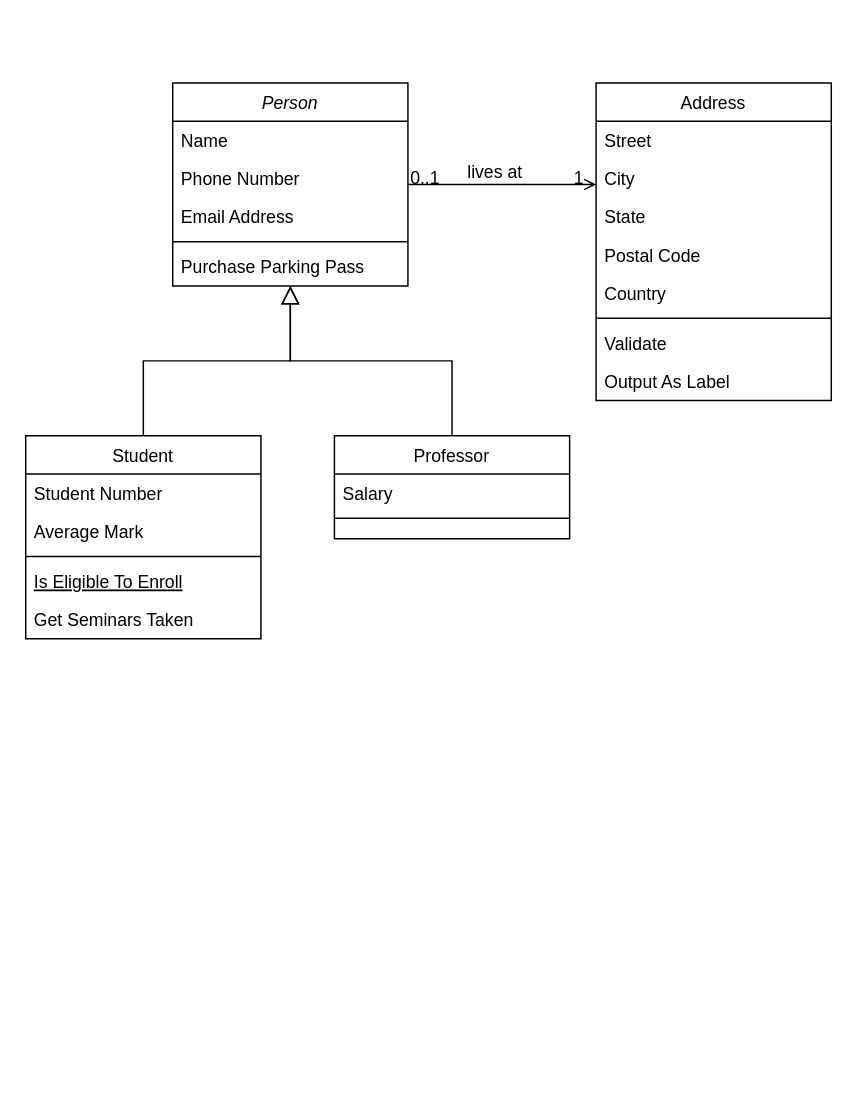
Anjanips/tepa.perpusdigital keeps this draw.io diagram as classdiagram-perpus-digital.drawio. Above is the earlier version. Source tidied: cells renumbered, new cells numbered last; positions are measured from the earlier drawing's top-left corner, leaving out a move shared by most shapes. Both pictures are drawn from the tidied source at 147%, with x=0, y=0 at pixel (25, 82).
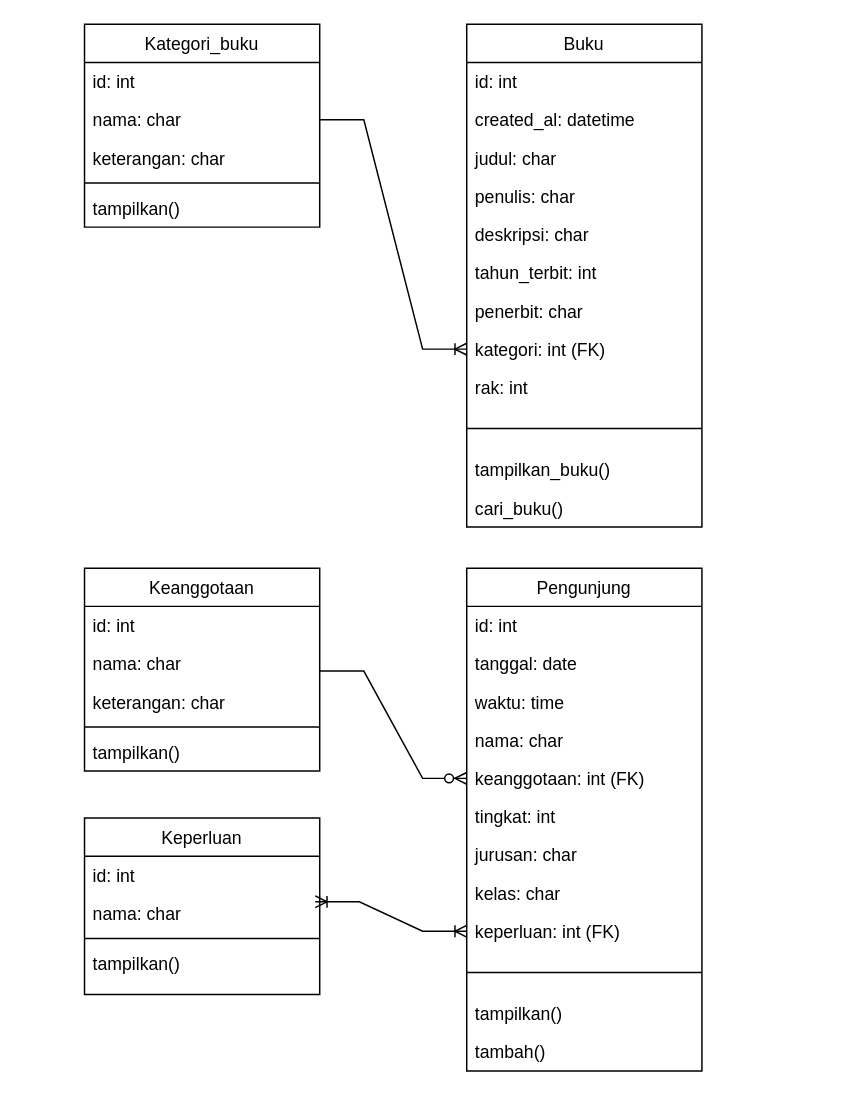
The same diagram, later.

Change to the diagram source:
```diff
@@
-    <mxCell id="2" value="Person" style="swimlane;fontStyle=2;align=center;verticalAlign=top;horizontal=1;startSize=26;rounded=0;shadow=0;strokeWidth=1;" parent="1" vertex="1">
-      <mxGeometry x="100" width="160" height="138" as="geometry" />
+    <mxCell id="2" value="Kategori_buku" style="swimlane;fontStyle=0;align=center;verticalAlign=top;horizontal=1;startSize=26;rounded=0;shadow=0;strokeWidth=1;" parent="1" vertex="1">
+      <mxGeometry x="40" y="-40" width="160" height="138" as="geometry" />
     </mxCell>
-    <mxCell id="3" value="Name" style="text;align=left;verticalAlign=top;spacingLeft=4;spacingRight=4;overflow=hidden;" parent="2" vertex="1">
+    <mxCell id="3" value="id: int" style="text;align=left;verticalAlign=top;spacingLeft=4;spacingRight=4;overflow=hidden;" parent="2" vertex="1">
       <mxGeometry y="26" width="160" height="26" as="geometry" />
     </mxCell>
-    <mxCell id="4" value="Phone Number" style="text;align=left;verticalAlign=top;spacingLeft=4;spacingRight=4;overflow=hidden;points=[[0,0.5],[1,0.5]];portConstraint=eastwest;rounded=0;shadow=0;html=0;" parent="2" vertex="1">
+    <mxCell id="4" value="nama: char" style="text;align=left;verticalAlign=top;spacingLeft=4;spacingRight=4;overflow=hidden;points=[[0,0.5],[1,0.5]];portConstraint=eastwest;rounded=0;shadow=0;html=0;" parent="2" vertex="1">
       <mxGeometry y="52" width="160" height="26" as="geometry" />
     </mxCell>
-    <mxCell id="5" value="Email Address" style="text;align=left;verticalAlign=top;spacingLeft=4;spacingRight=4;overflow=hidden;rounded=0;shadow=0;html=0;" parent="2" vertex="1">
+    <mxCell id="5" value="keterangan: char" style="text;align=left;verticalAlign=top;spacingLeft=4;spacingRight=4;overflow=hidden;rounded=0;shadow=0;html=0;" parent="2" vertex="1">
       <mxGeometry y="78" width="160" height="26" as="geometry" />
     </mxCell>
@@
-    <mxCell id="7" value="Purchase Parking Pass" style="text;align=left;verticalAlign=top;spacingLeft=4;spacingRight=4;overflow=hidden;" parent="2" vertex="1">
+    <mxCell id="7" value="tampilkan()" style="text;align=left;verticalAlign=top;spacingLeft=4;spacingRight=4;overflow=hidden;" parent="2" vertex="1">
       <mxGeometry y="112" width="160" height="26" as="geometry" />
     </mxCell>
-    <mxCell id="8" value="Student" style="swimlane;fontStyle=0;align=center;verticalAlign=top;horizontal=1;startSize=26;rounded=0;shadow=0;strokeWidth=1;" parent="1" vertex="1">
-      <mxGeometry y="240" width="160" height="138" as="geometry" />
-    </mxCell>
-    <mxCell id="9" value="Student Number" style="text;align=left;verticalAlign=top;spacingLeft=4;spacingRight=4;overflow=hidden;" parent="8" vertex="1">
-      <mxGeometry y="26" width="160" height="26" as="geometry" />
-    </mxCell>
-    <mxCell id="10" value="Average Mark" style="text;align=left;verticalAlign=top;spacingLeft=4;spacingRight=4;overflow=hidden;rounded=0;shadow=0;html=0;" parent="8" vertex="1">
-      <mxGeometry y="52" width="160" height="26" as="geometry" />
-    </mxCell>
-    <mxCell id="11" style="line;html=1;strokeWidth=1;align=left;verticalAlign=middle;spacingTop=-1;spacingLeft=3;spacingRight=3;labelPosition=right;" parent="8" vertex="1">
-      <mxGeometry y="78" width="160" height="8" as="geometry" />
-    </mxCell>
-    <mxCell id="12" value="Is Eligible To Enroll" style="text;align=left;verticalAlign=top;spacingLeft=4;spacingRight=4;overflow=hidden;fontStyle=4;" parent="8" vertex="1">
-      <mxGeometry y="86" width="160" height="26" as="geometry" />
-    </mxCell>
-    <mxCell id="13" value="Get Seminars Taken" style="text;align=left;verticalAlign=top;spacingLeft=4;spacingRight=4;overflow=hidden;" parent="8" vertex="1">
-      <mxGeometry y="112" width="160" height="26" as="geometry" />
-    </mxCell>
-    <mxCell id="14" style="endArrow=block;endSize=10;endFill=0;shadow=0;strokeWidth=1;rounded=0;edgeStyle=elbowEdgeStyle;elbow=vertical;" parent="1" edge="1" source="8" target="2">
-      <mxGeometry relative="1" as="geometry" />
-    </mxCell>
-    <mxCell id="15" value="Professor" style="swimlane;fontStyle=0;align=center;verticalAlign=top;horizontal=1;startSize=26;rounded=0;shadow=0;strokeWidth=1;" parent="1" vertex="1">
-      <mxGeometry x="210" y="240" width="160" height="70" as="geometry" />
-    </mxCell>
-    <mxCell id="16" value="Salary" style="text;align=left;verticalAlign=top;spacingLeft=4;spacingRight=4;overflow=hidden;" parent="15" vertex="1">
-      <mxGeometry y="26" width="160" height="26" as="geometry" />
-    </mxCell>
-    <mxCell id="17" style="line;html=1;strokeWidth=1;align=left;verticalAlign=middle;spacingTop=-1;spacingLeft=3;spacingRight=3;labelPosition=right;" parent="15" vertex="1">
-      <mxGeometry y="52" width="160" height="8" as="geometry" />
-    </mxCell>
-    <mxCell id="18" style="endArrow=block;endSize=10;endFill=0;shadow=0;strokeWidth=1;rounded=0;edgeStyle=elbowEdgeStyle;elbow=vertical;" parent="1" edge="1" source="15" target="2">
-      <mxGeometry relative="1" as="geometry" />
-    </mxCell>
-    <mxCell id="19" value="Address" style="swimlane;fontStyle=0;align=center;verticalAlign=top;horizontal=1;startSize=26;rounded=0;shadow=0;strokeWidth=1;" parent="1" vertex="1">
-      <mxGeometry x="388" width="160" height="216" as="geometry" />
+    <mxCell id="19" value="Buku" style="swimlane;fontStyle=0;align=center;verticalAlign=top;horizontal=1;startSize=26;rounded=0;shadow=0;strokeWidth=1;" parent="1" vertex="1">
+      <mxGeometry x="300" y="-40" width="160" height="342" as="geometry" />
     </mxCell>
-    <mxCell id="20" value="Street" style="text;align=left;verticalAlign=top;spacingLeft=4;spacingRight=4;overflow=hidden;" parent="19" vertex="1">
+    <mxCell id="20" value="id: int" style="text;align=left;verticalAlign=top;spacingLeft=4;spacingRight=4;overflow=hidden;" parent="19" vertex="1">
       <mxGeometry y="26" width="160" height="26" as="geometry" />
     </mxCell>
-    <mxCell id="21" value="City" style="text;align=left;verticalAlign=top;spacingLeft=4;spacingRight=4;overflow=hidden;rounded=0;shadow=0;html=0;" parent="19" vertex="1">
+    <mxCell id="21" value="created_al: datetime" style="text;align=left;verticalAlign=top;spacingLeft=4;spacingRight=4;overflow=hidden;rounded=0;shadow=0;html=0;" parent="19" vertex="1">
       <mxGeometry y="52" width="160" height="26" as="geometry" />
     </mxCell>
-    <mxCell id="22" value="State" style="text;align=left;verticalAlign=top;spacingLeft=4;spacingRight=4;overflow=hidden;rounded=0;shadow=0;html=0;" parent="19" vertex="1">
+    <mxCell id="22" value="judul: char" style="text;align=left;verticalAlign=top;spacingLeft=4;spacingRight=4;overflow=hidden;rounded=0;shadow=0;html=0;" parent="19" vertex="1">
       <mxGeometry y="78" width="160" height="26" as="geometry" />
     </mxCell>
-    <mxCell id="23" value="Postal Code" style="text;align=left;verticalAlign=top;spacingLeft=4;spacingRight=4;overflow=hidden;rounded=0;shadow=0;html=0;" parent="19" vertex="1">
+    <mxCell id="23" value="penulis: char" style="text;align=left;verticalAlign=top;spacingLeft=4;spacingRight=4;overflow=hidden;rounded=0;shadow=0;html=0;" parent="19" vertex="1">
       <mxGeometry y="104" width="160" height="26" as="geometry" />
     </mxCell>
-    <mxCell id="24" value="Country" style="text;align=left;verticalAlign=top;spacingLeft=4;spacingRight=4;overflow=hidden;rounded=0;shadow=0;html=0;" parent="19" vertex="1">
+    <mxCell id="24" value="deskripsi: char" style="text;align=left;verticalAlign=top;spacingLeft=4;spacingRight=4;overflow=hidden;rounded=0;shadow=0;html=0;" parent="19" vertex="1">
       <mxGeometry y="130" width="160" height="26" as="geometry" />
     </mxCell>
+    <mxCell id="32" value="tahun_terbit: int" style="text;align=left;verticalAlign=top;spacingLeft=4;spacingRight=4;overflow=hidden;rounded=0;shadow=0;html=0;" parent="19" vertex="1">
+      <mxGeometry y="156" width="160" height="26" as="geometry" />
+    </mxCell>
+    <mxCell id="33" value="penerbit: char" style="text;align=left;verticalAlign=top;spacingLeft=4;spacingRight=4;overflow=hidden;rounded=0;shadow=0;html=0;" parent="19" vertex="1">
+      <mxGeometry y="182" width="160" height="26" as="geometry" />
+    </mxCell>
+    <mxCell id="34" value="kategori: int (FK)" style="text;align=left;verticalAlign=top;spacingLeft=4;spacingRight=4;overflow=hidden;points=[[0,0.5],[1,0.5]];portConstraint=eastwest;rounded=0;shadow=0;html=0;" parent="19" vertex="1">
+      <mxGeometry y="208" width="160" height="26" as="geometry" />
+    </mxCell>
+    <mxCell id="35" value="rak: int" style="text;align=left;verticalAlign=top;spacingLeft=4;spacingRight=4;overflow=hidden;rounded=0;shadow=0;html=0;" parent="19" vertex="1">
+      <mxGeometry y="234" width="160" height="26" as="geometry" />
+    </mxCell>
     <mxCell id="25" style="line;html=1;strokeWidth=1;align=left;verticalAlign=middle;spacingTop=-1;spacingLeft=3;spacingRight=3;labelPosition=right;" parent="19" vertex="1">
-      <mxGeometry y="156" width="160" height="8" as="geometry" />
+      <mxGeometry y="260" width="160" height="30" as="geometry" />
     </mxCell>
-    <mxCell id="26" value="Validate" style="text;align=left;verticalAlign=top;spacingLeft=4;spacingRight=4;overflow=hidden;" parent="19" vertex="1">
-      <mxGeometry y="164" width="160" height="26" as="geometry" />
+    <mxCell id="26" value="tampilkan_buku()" style="text;align=left;verticalAlign=top;spacingLeft=4;spacingRight=4;overflow=hidden;" parent="19" vertex="1">
+      <mxGeometry y="290" width="160" height="26" as="geometry" />
     </mxCell>
-    <mxCell id="27" value="Output As Label" style="text;align=left;verticalAlign=top;spacingLeft=4;spacingRight=4;overflow=hidden;" parent="19" vertex="1">
-      <mxGeometry y="190" width="160" height="26" as="geometry" />
+    <mxCell id="27" value="cari_buku()" style="text;align=left;verticalAlign=top;spacingLeft=4;spacingRight=4;overflow=hidden;" parent="19" vertex="1">
+      <mxGeometry y="316" width="160" height="26" as="geometry" />
     </mxCell>
-    <mxCell id="28" style="endArrow=open;shadow=0;strokeWidth=1;rounded=0;endFill=1;edgeStyle=elbowEdgeStyle;elbow=vertical;" parent="1" edge="1" source="2" target="19">
-      <mxGeometry x="0.5" y="41" relative="1" as="geometry">
-        <mxPoint x="-40" y="32" as="offset" />
-      </mxGeometry>
-    </mxCell>
-    <mxCell id="29" value="0..1" style="align=left;verticalAlign=bottom;labelBackgroundColor=none;fontSize=12;" parent="28" vertex="1">
-      <mxGeometry x="-1" relative="1" as="geometry">
-        <mxPoint y="4" as="offset" />
-      </mxGeometry>
-    </mxCell>
-    <mxCell id="30" value="1" style="align=right;verticalAlign=bottom;labelBackgroundColor=none;fontSize=12;" parent="28" vertex="1">
-      <mxGeometry x="1" relative="1" as="geometry">
-        <mxPoint x="-7" y="4" as="offset" />
-      </mxGeometry>
-    </mxCell>
-    <mxCell id="31" value="lives at" style="text;html=1;align=center;verticalAlign=middle;labelBackgroundColor=none;rounded=0;shadow=0;strokeWidth=1;fontSize=12;" parent="28" vertex="1">
-      <mxGeometry x="0.5" y="49" relative="1" as="geometry">
-        <mxPoint x="-38" y="40" as="offset" />
-      </mxGeometry>
-    </mxCell>
+    <mxCell id="36" value="Keanggotaan" style="swimlane;fontStyle=0;align=center;verticalAlign=top;horizontal=1;startSize=26;rounded=0;shadow=0;strokeWidth=1;" parent="1" vertex="1">
+      <mxGeometry x="40" y="330" width="160" height="138" as="geometry" />
+    </mxCell>
+    <mxCell id="37" value="id: int" style="text;align=left;verticalAlign=top;spacingLeft=4;spacingRight=4;overflow=hidden;" parent="36" vertex="1">
+      <mxGeometry y="26" width="160" height="26" as="geometry" />
+    </mxCell>
+    <mxCell id="38" value="nama: char" style="text;align=left;verticalAlign=top;spacingLeft=4;spacingRight=4;overflow=hidden;rounded=0;shadow=0;html=0;" parent="36" vertex="1">
+      <mxGeometry y="52" width="160" height="26" as="geometry" />
+    </mxCell>
+    <mxCell id="39" value="keterangan: char" style="text;align=left;verticalAlign=top;spacingLeft=4;spacingRight=4;overflow=hidden;rounded=0;shadow=0;html=0;" parent="36" vertex="1">
+      <mxGeometry y="78" width="160" height="26" as="geometry" />
+    </mxCell>
+    <mxCell id="40" style="line;html=1;strokeWidth=1;align=left;verticalAlign=middle;spacingTop=-1;spacingLeft=3;spacingRight=3;labelPosition=right;" parent="36" vertex="1">
+      <mxGeometry y="104" width="160" height="8" as="geometry" />
+    </mxCell>
+    <mxCell id="41" value="tampilkan()" style="text;align=left;verticalAlign=top;spacingLeft=4;spacingRight=4;overflow=hidden;" parent="36" vertex="1">
+      <mxGeometry y="112" width="160" height="26" as="geometry" />
+    </mxCell>
+    <mxCell id="42" value="Keperluan" style="swimlane;fontStyle=0;align=center;verticalAlign=top;horizontal=1;startSize=26;rounded=0;shadow=0;strokeWidth=1;" parent="1" vertex="1">
+      <mxGeometry x="40" y="500" width="160" height="120" as="geometry" />
+    </mxCell>
+    <mxCell id="43" value="id: int" style="text;align=left;verticalAlign=top;spacingLeft=4;spacingRight=4;overflow=hidden;points=[[0,0.5],[1,0.5]];portConstraint=eastwest;" parent="42" vertex="1">
+      <mxGeometry y="26" width="160" height="26" as="geometry" />
+    </mxCell>
+    <mxCell id="44" value="nama: char" style="text;align=left;verticalAlign=top;spacingLeft=4;spacingRight=4;overflow=hidden;rounded=0;shadow=0;html=0;" parent="42" vertex="1">
+      <mxGeometry y="52" width="160" height="26" as="geometry" />
+    </mxCell>
+    <mxCell id="11" style="line;html=1;strokeWidth=1;align=left;verticalAlign=middle;spacingTop=-1;spacingLeft=3;spacingRight=3;labelPosition=right;" parent="42" vertex="1">
+      <mxGeometry y="78" width="160" height="8" as="geometry" />
+    </mxCell>
+    <mxCell id="45" value="tampilkan()" style="text;align=left;verticalAlign=top;spacingLeft=4;spacingRight=4;overflow=hidden;" parent="42" vertex="1">
+      <mxGeometry y="86" width="160" height="26" as="geometry" />
+    </mxCell>
+    <mxCell id="46" value="Pengunjung" style="swimlane;fontStyle=0;align=center;verticalAlign=top;horizontal=1;startSize=26;rounded=0;shadow=0;strokeWidth=1;" parent="1" vertex="1">
+      <mxGeometry x="300" y="330" width="160" height="342" as="geometry" />
+    </mxCell>
+    <mxCell id="47" value="id: int" style="text;align=left;verticalAlign=top;spacingLeft=4;spacingRight=4;overflow=hidden;" parent="46" vertex="1">
+      <mxGeometry y="26" width="160" height="26" as="geometry" />
+    </mxCell>
+    <mxCell id="48" value="tanggal: date" style="text;align=left;verticalAlign=top;spacingLeft=4;spacingRight=4;overflow=hidden;rounded=0;shadow=0;html=0;" parent="46" vertex="1">
+      <mxGeometry y="52" width="160" height="26" as="geometry" />
+    </mxCell>
+    <mxCell id="49" value="waktu: time" style="text;align=left;verticalAlign=top;spacingLeft=4;spacingRight=4;overflow=hidden;rounded=0;shadow=0;html=0;" parent="46" vertex="1">
+      <mxGeometry y="78" width="160" height="26" as="geometry" />
+    </mxCell>
+    <mxCell id="50" value="nama: char" style="text;align=left;verticalAlign=top;spacingLeft=4;spacingRight=4;overflow=hidden;rounded=0;shadow=0;html=0;" parent="46" vertex="1">
+      <mxGeometry y="104" width="160" height="26" as="geometry" />
+    </mxCell>
+    <mxCell id="51" value="keanggotaan: int (FK)" style="text;align=left;verticalAlign=top;spacingLeft=4;spacingRight=4;overflow=hidden;points=[[0,0.5],[1,0.5]];portConstraint=eastwest;rounded=0;shadow=0;html=0;" parent="46" vertex="1">
+      <mxGeometry y="130" width="160" height="26" as="geometry" />
+    </mxCell>
+    <mxCell id="52" value="tingkat: int" style="text;align=left;verticalAlign=top;spacingLeft=4;spacingRight=4;overflow=hidden;rounded=0;shadow=0;html=0;" parent="46" vertex="1">
+      <mxGeometry y="156" width="160" height="26" as="geometry" />
+    </mxCell>
+    <mxCell id="53" value="jurusan: char" style="text;align=left;verticalAlign=top;spacingLeft=4;spacingRight=4;overflow=hidden;rounded=0;shadow=0;html=0;" parent="46" vertex="1">
+      <mxGeometry y="182" width="160" height="26" as="geometry" />
+    </mxCell>
+    <mxCell id="54" value="kelas: char" style="text;align=left;verticalAlign=top;spacingLeft=4;spacingRight=4;overflow=hidden;rounded=0;shadow=0;html=0;" parent="46" vertex="1">
+      <mxGeometry y="208" width="160" height="26" as="geometry" />
+    </mxCell>
+    <mxCell id="55" value="keperluan: int (FK)" style="text;align=left;verticalAlign=top;spacingLeft=4;spacingRight=4;overflow=hidden;points=[[0,0.5],[1,0.5]];portConstraint=eastwest;rounded=0;shadow=0;html=0;" parent="46" vertex="1">
+      <mxGeometry y="234" width="160" height="26" as="geometry" />
+    </mxCell>
+    <mxCell id="56" style="line;html=1;strokeWidth=1;align=left;verticalAlign=middle;spacingTop=-1;spacingLeft=3;spacingRight=3;labelPosition=right;" parent="46" vertex="1">
+      <mxGeometry y="260" width="160" height="30" as="geometry" />
+    </mxCell>
+    <mxCell id="57" value="tampilkan()" style="text;align=left;verticalAlign=top;spacingLeft=4;spacingRight=4;overflow=hidden;" parent="46" vertex="1">
+      <mxGeometry y="290" width="160" height="26" as="geometry" />
+    </mxCell>
+    <mxCell id="58" value="tambah()" style="text;align=left;verticalAlign=top;spacingLeft=4;spacingRight=4;overflow=hidden;" parent="46" vertex="1">
+      <mxGeometry y="316" width="160" height="26" as="geometry" />
+    </mxCell>
+    <mxCell id="59" style="edgeStyle=entityRelationEdgeStyle;fontSize=12;html=1;endArrow=ERzeroToMany;endFill=1;rounded=0;entryX=0;entryY=0.5;entryDx=0;entryDy=0;" parent="1" edge="1" target="51">
+      <mxGeometry relative="1" as="geometry">
+        <mxPoint x="200" y="400" as="sourcePoint" />
+      </mxGeometry>
+    </mxCell>
+    <mxCell id="60" style="edgeStyle=entityRelationEdgeStyle;fontSize=12;html=1;endArrow=ERoneToMany;rounded=0;exitX=1;exitY=0.5;exitDx=0;exitDy=0;" parent="1" edge="1" source="4" target="34">
+      <mxGeometry relative="1" as="geometry" />
+    </mxCell>
+    <mxCell id="61" style="edgeStyle=entityRelationEdgeStyle;fontSize=12;html=1;endArrow=ERoneToMany;startArrow=ERoneToMany;rounded=0;entryX=0;entryY=0.5;entryDx=0;entryDy=0;exitX=0.981;exitY=1.192;exitDx=0;exitDy=0;exitPerimeter=0;" parent="1" edge="1" source="43" target="55">
+      <mxGeometry relative="1" as="geometry">
+        <Array as="points">
+          <mxPoint x="270" y="550" />
+          <mxPoint x="240" y="580" />
+        </Array>
+      </mxGeometry>
+    </mxCell>
```
